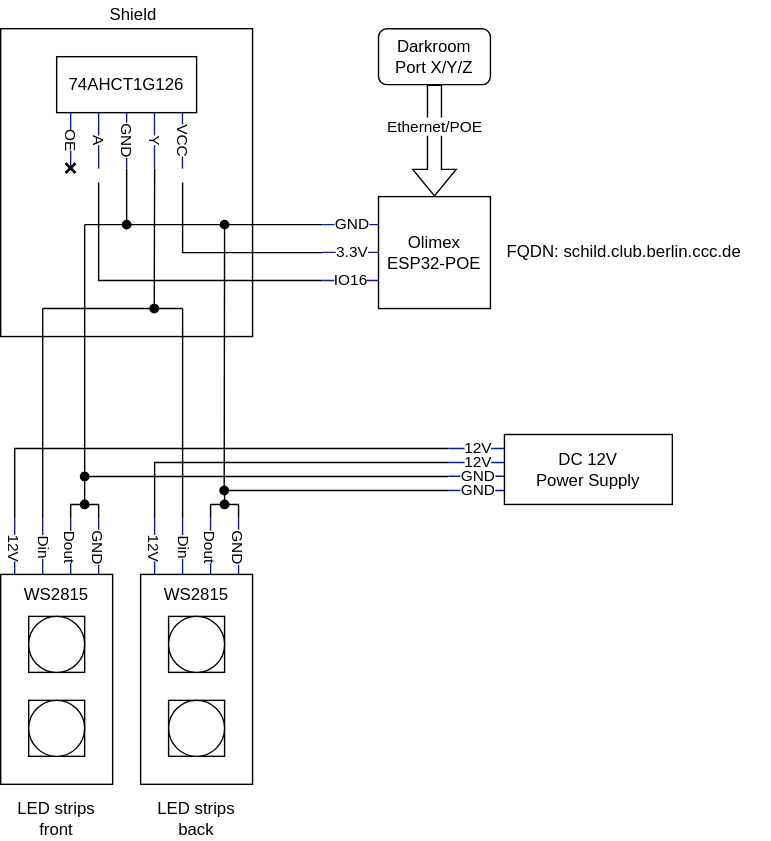
Earlier version of the draw.io export electronics.drawio.svg (cccb/cccb-schild). Source tidied: cells renumbered, new cells last; positions are measured from the earlier drawing's top-left corner, leaving out a move shared by most shapes.
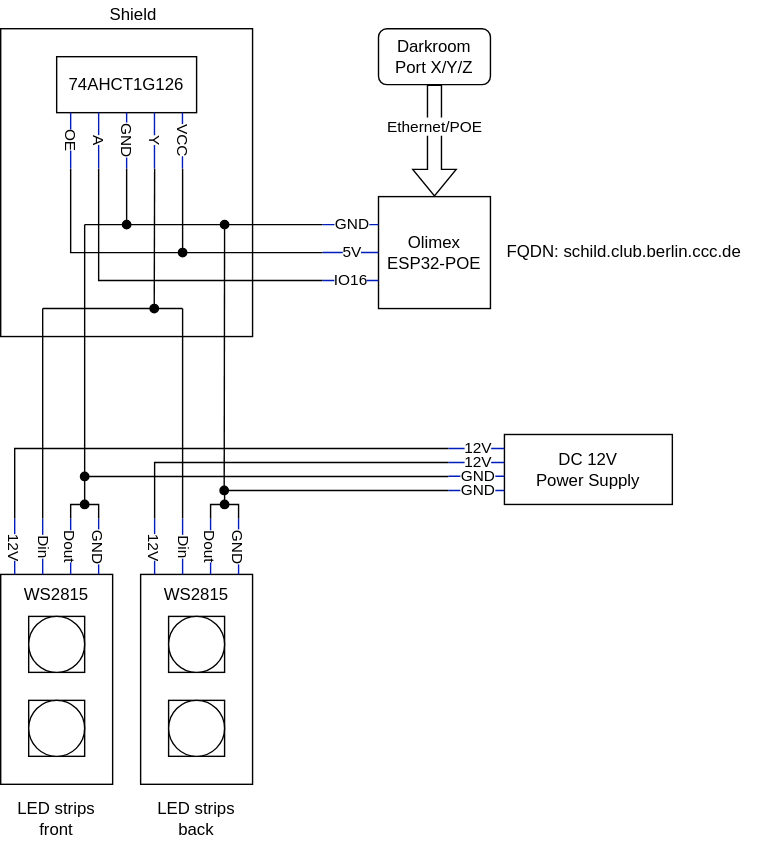
Above is the later version.

Change to the diagram source:
```diff
@@ -360,9 +360,6 @@
         <mxPoint y="14" as="offset" />
       </mxGeometry>
     </mxCell>
-    <mxCell id="73" value="❌" style="text;html=1;strokeColor=none;fillColor=none;align=center;verticalAlign=middle;whiteSpace=wrap;rounded=0;" parent="1" vertex="1">
-      <mxGeometry x="40" y="110" width="20" height="20" as="geometry" />
-    </mxCell>
     <mxCell id="74" style="endArrow=none;html=1;rounded=0;startArrow=oval;startFill=1;" parent="1" edge="1">
       <mxGeometry relative="1" as="geometry">
         <mxPoint x="90" y="160" as="sourcePoint" />
@@ -389,7 +386,7 @@
     </mxCell>
     <mxCell id="78" style="endArrow=none;html=1;rounded=0;" parent="1" edge="1">
       <mxGeometry relative="1" as="geometry">
-        <mxPoint x="70" y="130" as="sourcePoint" />
+        <mxPoint x="70" y="120" as="sourcePoint" />
         <mxPoint x="230" y="200" as="targetPoint" />
         <Array as="points">
           <mxPoint x="70" y="200" />
@@ -402,19 +399,28 @@
         <mxPoint x="270" y="179.9" as="targetPoint" />
       </mxGeometry>
     </mxCell>
-    <mxCell id="80" value="3.3V" style="edgeLabel;html=1;align=center;verticalAlign=middle;" parent="79" vertex="1">
+    <mxCell id="80" value="5V" style="edgeLabel;html=1;align=center;verticalAlign=middle;" parent="79" vertex="1">
       <mxGeometry x="-0.38" relative="1" as="geometry">
         <mxPoint x="8" as="offset" />
       </mxGeometry>
     </mxCell>
     <mxCell id="81" style="endArrow=none;html=1;rounded=0;" parent="1" edge="1">
       <mxGeometry relative="1" as="geometry">
-        <mxPoint x="130" y="130" as="sourcePoint" />
+        <mxPoint x="130" y="120" as="sourcePoint" />
         <mxPoint x="230" y="180" as="targetPoint" />
         <Array as="points">
           <mxPoint x="130" y="180" />
         </Array>
       </mxGeometry>
     </mxCell>
+    <mxCell id="82" style="endArrow=none;html=1;rounded=0;startArrow=oval;startFill=1;" parent="1" edge="1">
+      <mxGeometry relative="1" as="geometry">
+        <mxPoint x="130" y="180" as="sourcePoint" />
+        <mxPoint x="50" y="120" as="targetPoint" />
+        <Array as="points">
+          <mxPoint x="50" y="180" />
+        </Array>
+      </mxGeometry>
+    </mxCell>
   </root>
 </mxGraphModel>
```
